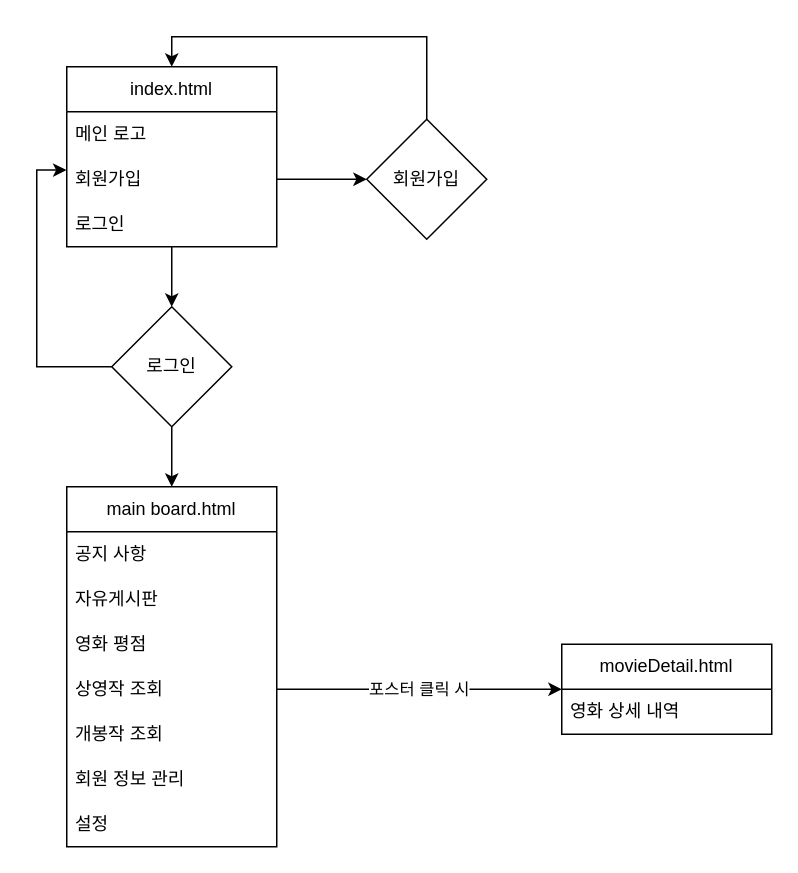
The draw.io diagram 기타/웹 사이트 구조 다이어그램/웹 사이트 구조 다이어그램.drawio in 909ma/VIE-Oh-What-is-The-Film-Today, before the edit. Source tidied: cells renumbered, new cells numbered last; positions are measured from the earlier drawing's top-left corner, leaving out a move shared by most shapes. Both pictures are drawn from the tidied source at 150%, with x=0, y=0 at pixel (36, 36).
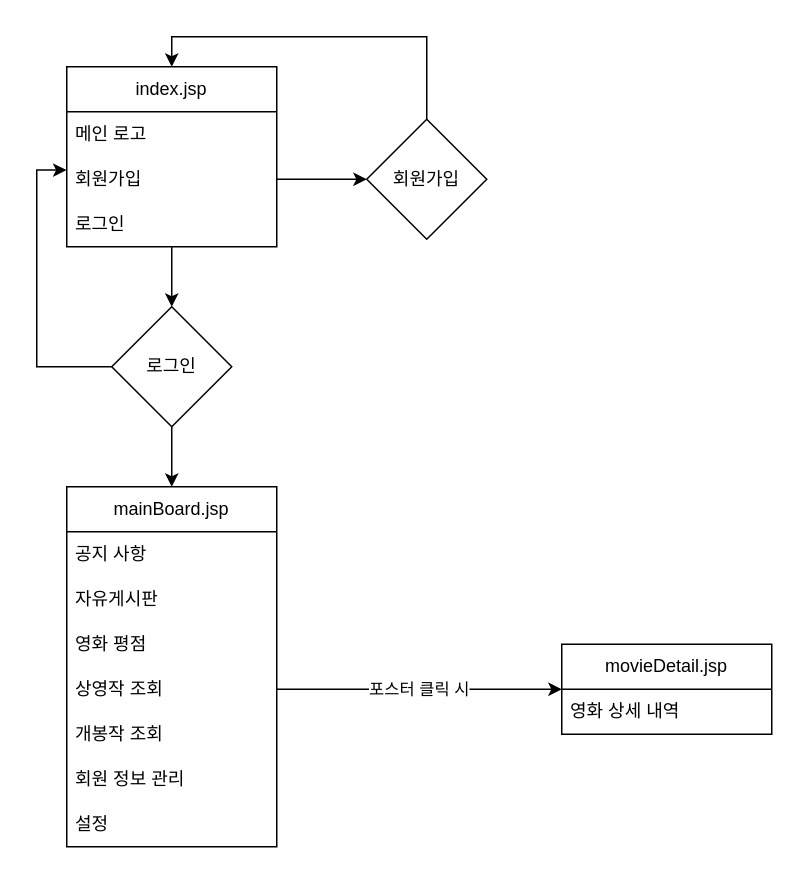
The same page after the edit.

Diff of the diagram source:
```diff
@@
-    <mxCell id="3" value="index.html" style="swimlane;fontStyle=0;horizontal=1;startSize=30;whiteSpace=wrap;html=1;" parent="1" vertex="1">
+    <mxCell id="3" value="index.jsp" style="swimlane;fontStyle=0;horizontal=1;startSize=30;whiteSpace=wrap;html=1;" parent="1" vertex="1">
       <mxGeometry x="20" y="20" width="140" height="120" as="geometry" />
     </mxCell>
@@
-    <mxCell id="7" value="main board.html" style="swimlane;fontStyle=0;horizontal=1;startSize=30;whiteSpace=wrap;html=1;" parent="1" vertex="1">
+    <mxCell id="7" value="mainBoard.jsp" style="swimlane;fontStyle=0;horizontal=1;startSize=30;whiteSpace=wrap;html=1;" parent="1" vertex="1">
       <mxGeometry x="20" y="300" width="140" height="240" as="geometry" />
     </mxCell>
@@
-    <mxCell id="21" value="movieDetail.html" style="swimlane;fontStyle=0;horizontal=1;startSize=30;whiteSpace=wrap;html=1;" parent="1" vertex="1">
+    <mxCell id="21" value="movieDetail.jsp" style="swimlane;fontStyle=0;horizontal=1;startSize=30;whiteSpace=wrap;html=1;" parent="1" vertex="1">
       <mxGeometry x="350" y="405" width="140" height="60" as="geometry" />
     </mxCell>
```
